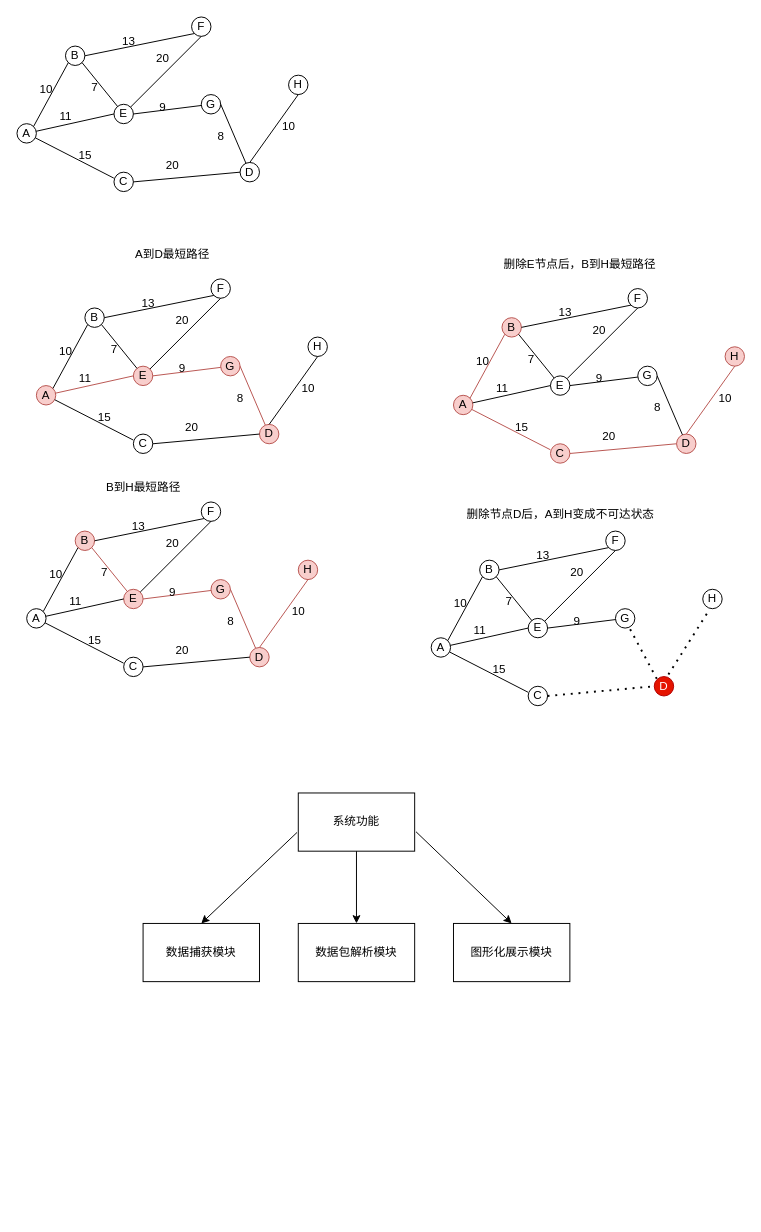
This is homework.drawio from yyy-router/drawio, a draw.io file, before an edit. Source tidied: cells renumbered, new cells numbered last; positions are measured from the earlier drawing's top-left corner, leaving out a move shared by most shapes. Both pictures are drawn from the tidied source at 97%, with x=0, y=0 at pixel (16, 16).
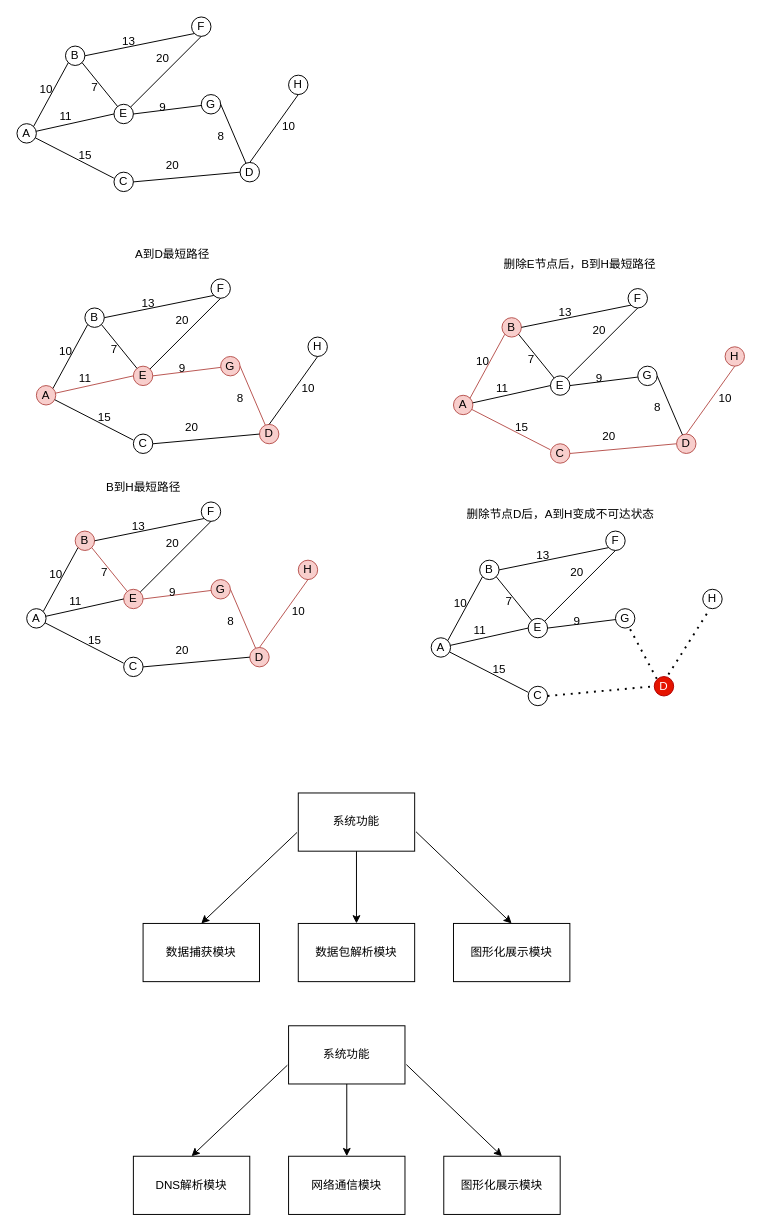
The same diagram, later.

The edit, as a diff of the source:
```diff
@@
+    <mxCell id="150" value="DNS解析模块" style="rounded=0;whiteSpace=wrap;html=1;" parent="1" vertex="1">
+      <mxGeometry x="120" y="1174.5" width="120" height="60" as="geometry" />
+    </mxCell>
+    <mxCell id="151" value="网络通信模块" style="rounded=0;whiteSpace=wrap;html=1;" parent="1" vertex="1">
+      <mxGeometry x="280" y="1174.5" width="120" height="60" as="geometry" />
+    </mxCell>
+    <mxCell id="152" value="图形化展示模块" style="rounded=0;whiteSpace=wrap;html=1;" parent="1" vertex="1">
+      <mxGeometry x="440" y="1174.5" width="120" height="60" as="geometry" />
+    </mxCell>
+    <mxCell id="153" value="系统功能" style="rounded=0;whiteSpace=wrap;html=1;" parent="1" vertex="1">
+      <mxGeometry x="280" y="1040" width="120" height="60" as="geometry" />
+    </mxCell>
+    <mxCell id="154" style="endArrow=classic;html=1;rounded=0;exitX=-0.011;exitY=0.603;exitDx=0;exitDy=0;exitPerimeter=0;entryX=0.5;entryY=0;entryDx=0;entryDy=0;" parent="1" edge="1" target="150">
+      <mxGeometry relative="1" as="geometry">
+        <mxPoint x="278.7" y="1080.7" as="sourcePoint" />
+      </mxGeometry>
+    </mxCell>
+    <mxCell id="155" style="endArrow=classic;html=1;rounded=0;exitX=0.5;exitY=1;exitDx=0;exitDy=0;entryX=0.5;entryY=0;entryDx=0;entryDy=0;exitPerimeter=0;" parent="1" edge="1" source="153" target="151">
+      <mxGeometry relative="1" as="geometry" />
+    </mxCell>
+    <mxCell id="156" style="endArrow=classic;html=1;rounded=0;exitX=1.012;exitY=0.591;exitDx=0;exitDy=0;exitPerimeter=0;entryX=0.5;entryY=0;entryDx=0;entryDy=0;" parent="1" edge="1" target="152">
+      <mxGeometry relative="1" as="geometry">
+        <mxPoint x="401.4" y="1080" as="sourcePoint" />
+      </mxGeometry>
+    </mxCell>
```
